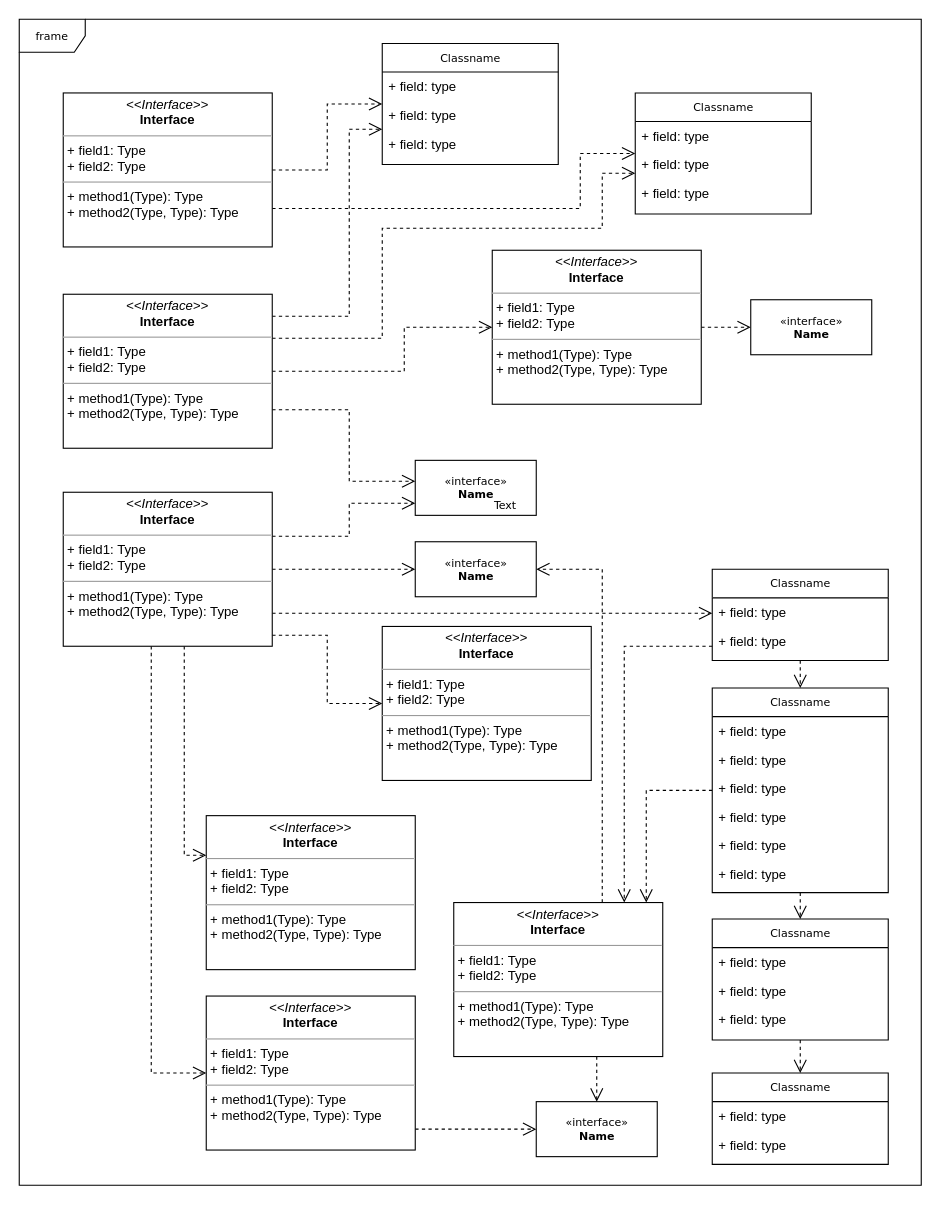
Before: myDiary.drawio in ynozar/myDiary, a draw.io diagram. Source tidied: cells renumbered, new cells numbered last; positions are measured from the earlier drawing's top-left corner, leaving out a move shared by most shapes. Both pictures are drawn from the tidied source at 110%, with x=0, y=0 at pixel (19, 19).
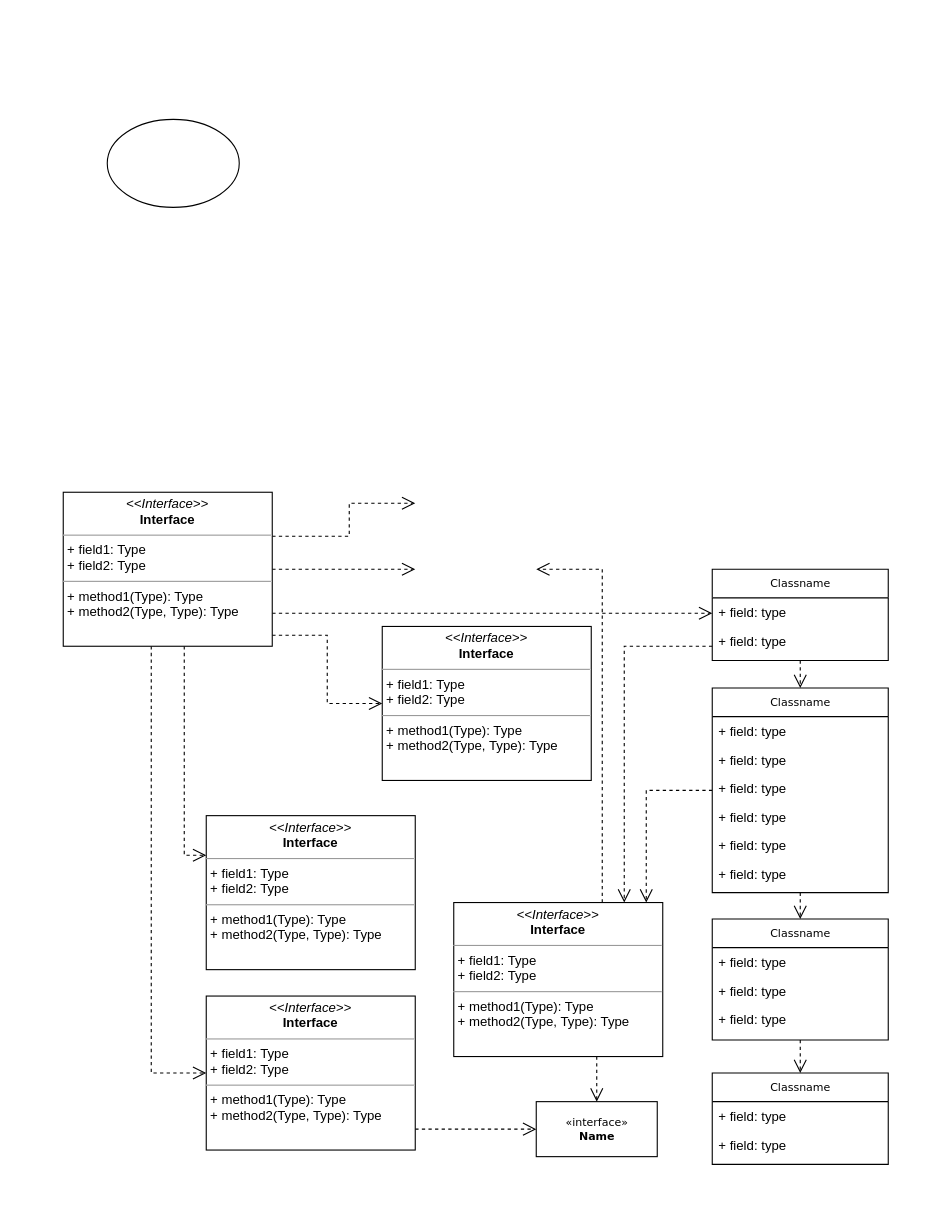
Above is the later version.

The change refers to these unchanged cells:
```xml
<mxCell id="35" value="&lt;p style=&quot;margin:0px;margin-top:4px;text-align:center;&quot;&gt;&lt;i&gt;&amp;lt;&amp;lt;Interface&amp;gt;&amp;gt;&lt;/i&gt;&lt;br/&gt;&lt;b&gt;Interface&lt;/b&gt;&lt;/p&gt;&lt;hr size=&quot;1&quot;/&gt;&lt;p style=&quot;margin:0px;margin-left:4px;&quot;&gt;+ field1: Type&lt;br/&gt;+ field2: Type&lt;/p&gt;&lt;hr size=&quot;1&quot;/&gt;&lt;p style=&quot;margin:0px;margin-left:4px;&quot;&gt;+ method1(Type): Type&lt;br/&gt;+ method2(Type, Type): Type&lt;/p&gt;" style="verticalAlign=top;align=left;overflow=fill;fontSize=12;fontFamily=Helvetica;html=1;rounded=0;shadow=0;comic=0;labelBackgroundColor=none;strokeWidth=1;" parent="1" vertex="1">
  <mxGeometry x="395" y="803" width="190" height="140" as="geometry" />
</mxCell>
<mxCell id="60" value="&lt;p style=&quot;margin:0px;margin-top:4px;text-align:center;&quot;&gt;&lt;i&gt;&amp;lt;&amp;lt;Interface&amp;gt;&amp;gt;&lt;/i&gt;&lt;br/&gt;&lt;b&gt;Interface&lt;/b&gt;&lt;/p&gt;&lt;hr size=&quot;1&quot;/&gt;&lt;p style=&quot;margin:0px;margin-left:4px;&quot;&gt;+ field1: Type&lt;br/&gt;+ field2: Type&lt;/p&gt;&lt;hr size=&quot;1&quot;/&gt;&lt;p style=&quot;margin:0px;margin-left:4px;&quot;&gt;+ method1(Type): Type&lt;br/&gt;+ method2(Type, Type): Type&lt;/p&gt;" style="verticalAlign=top;align=left;overflow=fill;fontSize=12;fontFamily=Helvetica;html=1;rounded=0;shadow=0;comic=0;labelBackgroundColor=none;strokeWidth=1;" parent="1" vertex="1">
  <mxGeometry x="40" y="430" width="190" height="140" as="geometry" />
</mxCell>
```

What changed in the source:
```diff
@@
-    <mxCell id="2" value="frame" style="shape=umlFrame;whiteSpace=wrap;html=1;rounded=0;shadow=0;comic=0;labelBackgroundColor=none;strokeWidth=1;fontFamily=Verdana;fontSize=10;align=center;" parent="1" vertex="1">
-      <mxGeometry width="820" height="1060" as="geometry" />
-    </mxCell>
@@
-    <mxCell id="12" value="Classname" style="swimlane;html=1;fontStyle=0;horizontal=1;startSize=26;fillColor=none;swimlaneFillColor=#ffffff;rounded=0;shadow=0;comic=0;labelBackgroundColor=none;strokeWidth=1;fontFamily=Verdana;fontSize=10;align=center;" parent="1" vertex="1">
-      <mxGeometry x="330" y="22" width="160" height="110" as="geometry" />
-    </mxCell>
-    <mxCell id="13" value="+ field: type" style="text;html=1;strokeColor=none;fillColor=none;align=left;verticalAlign=top;spacingLeft=4;spacingRight=4;whiteSpace=wrap;overflow=hidden;" parent="12" vertex="1">
-      <mxGeometry y="26" width="160" height="26" as="geometry" />
-    </mxCell>
-    <mxCell id="14" value="+ field: type" style="text;html=1;strokeColor=none;fillColor=none;align=left;verticalAlign=top;spacingLeft=4;spacingRight=4;whiteSpace=wrap;overflow=hidden;" parent="12" vertex="1">
-      <mxGeometry y="52" width="160" height="26" as="geometry" />
-    </mxCell>
-    <mxCell id="15" value="+ field: type" style="text;html=1;strokeColor=none;fillColor=none;align=left;verticalAlign=top;spacingLeft=4;spacingRight=4;whiteSpace=wrap;overflow=hidden;" parent="12" vertex="1">
-      <mxGeometry y="78" width="160" height="26" as="geometry" />
-    </mxCell>
-    <mxCell id="16" value="Classname" style="swimlane;html=1;fontStyle=0;horizontal=1;startSize=26;fillColor=none;swimlaneFillColor=#ffffff;rounded=0;shadow=0;comic=0;labelBackgroundColor=none;strokeWidth=1;fontFamily=Verdana;fontSize=10;align=center;" parent="1" vertex="1">
-      <mxGeometry x="560" y="67" width="160" height="110" as="geometry" />
-    </mxCell>
-    <mxCell id="17" value="+ field: type" style="text;html=1;strokeColor=none;fillColor=none;align=left;verticalAlign=top;spacingLeft=4;spacingRight=4;whiteSpace=wrap;overflow=hidden;" parent="16" vertex="1">
-      <mxGeometry y="26" width="160" height="26" as="geometry" />
-    </mxCell>
-    <mxCell id="18" value="+ field: type" style="text;html=1;strokeColor=none;fillColor=none;align=left;verticalAlign=top;spacingLeft=4;spacingRight=4;whiteSpace=wrap;overflow=hidden;" parent="16" vertex="1">
-      <mxGeometry y="52" width="160" height="26" as="geometry" />
-    </mxCell>
-    <mxCell id="19" value="+ field: type" style="text;html=1;strokeColor=none;fillColor=none;align=left;verticalAlign=top;spacingLeft=4;spacingRight=4;whiteSpace=wrap;overflow=hidden;" parent="16" vertex="1">
-      <mxGeometry y="78" width="160" height="26" as="geometry" />
-    </mxCell>
@@
-    <mxCell id="34" style="edgeStyle=orthogonalEdgeStyle;rounded=0;html=1;dashed=1;labelBackgroundColor=none;startFill=0;endArrow=open;endFill=0;endSize=10;fontFamily=Verdana;fontSize=10;" parent="1" edge="1" source="35" target="40">
+    <mxCell id="34" style="edgeStyle=orthogonalEdgeStyle;rounded=0;html=1;dashed=1;labelBackgroundColor=none;startFill=0;endArrow=open;endFill=0;endSize=10;fontFamily=Verdana;fontSize=10;" parent="1" edge="1" source="35">
       <mxGeometry relative="1" as="geometry">
+        <mxPoint x="470" y="500" as="targetPoint" />
         <Array as="points">
           <mxPoint x="530" y="500" />
         </Array>
       </mxGeometry>
     </mxCell>
@@
-    <mxCell id="40" value="&amp;laquo;interface&amp;raquo;&lt;br&gt;&lt;b&gt;Name&lt;/b&gt;" style="html=1;rounded=0;shadow=0;comic=0;labelBackgroundColor=none;strokeWidth=1;fontFamily=Verdana;fontSize=10;align=center;" parent="1" vertex="1">
-      <mxGeometry x="360" y="475" width="110" height="50" as="geometry" />
-    </mxCell>
-    <mxCell id="41" value="&amp;laquo;interface&amp;raquo;&lt;br&gt;&lt;b&gt;Name&lt;/b&gt;" style="html=1;rounded=0;shadow=0;comic=0;labelBackgroundColor=none;strokeWidth=1;fontFamily=Verdana;fontSize=10;align=center;" parent="1" vertex="1">
-      <mxGeometry x="360" y="401" width="110" height="50" as="geometry" />
-    </mxCell>
-    <mxCell id="42" style="edgeStyle=orthogonalEdgeStyle;rounded=0;html=1;dashed=1;labelBackgroundColor=none;startFill=0;endArrow=open;endFill=0;endSize=10;fontFamily=Verdana;fontSize=10;" parent="1" edge="1" source="43" target="45">
-      <mxGeometry relative="1" as="geometry" />
-    </mxCell>
-    <mxCell id="43" value="&lt;p style=&quot;margin:0px;margin-top:4px;text-align:center;&quot;&gt;&lt;i&gt;&amp;lt;&amp;lt;Interface&amp;gt;&amp;gt;&lt;/i&gt;&lt;br/&gt;&lt;b&gt;Interface&lt;/b&gt;&lt;/p&gt;&lt;hr size=&quot;1&quot;/&gt;&lt;p style=&quot;margin:0px;margin-left:4px;&quot;&gt;+ field1: Type&lt;br/&gt;+ field2: Type&lt;/p&gt;&lt;hr size=&quot;1&quot;/&gt;&lt;p style=&quot;margin:0px;margin-left:4px;&quot;&gt;+ method1(Type): Type&lt;br/&gt;+ method2(Type, Type): Type&lt;/p&gt;" style="verticalAlign=top;align=left;overflow=fill;fontSize=12;fontFamily=Helvetica;html=1;rounded=0;shadow=0;comic=0;labelBackgroundColor=none;strokeWidth=1;" parent="1" vertex="1">
-      <mxGeometry x="430" y="210" width="190" height="140" as="geometry" />
-    </mxCell>
-    <mxCell id="44" value="Text" style="text;html=1;align=left;verticalAlign=top;spacingTop=-4;fontSize=10;fontFamily=Verdana;fontColor=#000000;" parent="1" vertex="1">
-      <mxGeometry x="430" y="434" width="40" height="10" as="geometry" />
-    </mxCell>
-    <mxCell id="45" value="&amp;laquo;interface&amp;raquo;&lt;br&gt;&lt;b&gt;Name&lt;/b&gt;" style="html=1;rounded=0;shadow=0;comic=0;labelBackgroundColor=none;strokeWidth=1;fontFamily=Verdana;fontSize=10;align=center;" parent="1" vertex="1">
-      <mxGeometry x="665" y="255" width="110" height="50" as="geometry" />
-    </mxCell>
-    <mxCell id="46" style="edgeStyle=orthogonalEdgeStyle;rounded=0;html=1;labelBackgroundColor=none;startFill=0;endArrow=open;endFill=0;endSize=10;fontFamily=Verdana;fontSize=10;dashed=1;" parent="1" edge="1" source="48" target="12">
-      <mxGeometry relative="1" as="geometry" />
-    </mxCell>
-    <mxCell id="47" style="edgeStyle=orthogonalEdgeStyle;rounded=0;html=1;exitX=1;exitY=0.75;dashed=1;labelBackgroundColor=none;startFill=0;endArrow=open;endFill=0;endSize=10;fontFamily=Verdana;fontSize=10;" parent="1" edge="1" source="48" target="16">
-      <mxGeometry relative="1" as="geometry">
-        <Array as="points">
-          <mxPoint x="510" y="172" />
-          <mxPoint x="510" y="122" />
-        </Array>
-      </mxGeometry>
-    </mxCell>
-    <mxCell id="48" value="&lt;p style=&quot;margin:0px;margin-top:4px;text-align:center;&quot;&gt;&lt;i&gt;&amp;lt;&amp;lt;Interface&amp;gt;&amp;gt;&lt;/i&gt;&lt;br/&gt;&lt;b&gt;Interface&lt;/b&gt;&lt;/p&gt;&lt;hr size=&quot;1&quot;/&gt;&lt;p style=&quot;margin:0px;margin-left:4px;&quot;&gt;+ field1: Type&lt;br/&gt;+ field2: Type&lt;/p&gt;&lt;hr size=&quot;1&quot;/&gt;&lt;p style=&quot;margin:0px;margin-left:4px;&quot;&gt;+ method1(Type): Type&lt;br/&gt;+ method2(Type, Type): Type&lt;/p&gt;" style="verticalAlign=top;align=left;overflow=fill;fontSize=12;fontFamily=Helvetica;html=1;rounded=0;shadow=0;comic=0;labelBackgroundColor=none;strokeWidth=1;" parent="1" vertex="1">
-      <mxGeometry x="40" y="67" width="190" height="140" as="geometry" />
-    </mxCell>
-    <mxCell id="49" style="edgeStyle=orthogonalEdgeStyle;rounded=0;html=1;dashed=1;labelBackgroundColor=none;startFill=0;endArrow=open;endFill=0;endSize=10;fontFamily=Verdana;fontSize=10;" parent="1" edge="1" source="53" target="12">
-      <mxGeometry relative="1" as="geometry">
-        <Array as="points">
-          <mxPoint x="300" y="270" />
-          <mxPoint x="300" y="100" />
-        </Array>
-      </mxGeometry>
-    </mxCell>
-    <mxCell id="50" style="edgeStyle=orthogonalEdgeStyle;rounded=0;html=1;dashed=1;labelBackgroundColor=none;startFill=0;endArrow=open;endFill=0;endSize=10;fontFamily=Verdana;fontSize=10;" parent="1" edge="1" source="53" target="16">
-      <mxGeometry relative="1" as="geometry">
-        <Array as="points">
-          <mxPoint x="330" y="290" />
-          <mxPoint x="330" y="190" />
-          <mxPoint x="530" y="190" />
-          <mxPoint x="530" y="140" />
-        </Array>
-      </mxGeometry>
-    </mxCell>
-    <mxCell id="51" style="edgeStyle=orthogonalEdgeStyle;rounded=0;html=1;dashed=1;labelBackgroundColor=none;startFill=0;endArrow=open;endFill=0;endSize=10;fontFamily=Verdana;fontSize=10;" parent="1" edge="1" source="53" target="43">
-      <mxGeometry relative="1" as="geometry">
-        <Array as="points">
-          <mxPoint x="350" y="320" />
-          <mxPoint x="350" y="280" />
-        </Array>
-      </mxGeometry>
-    </mxCell>
-    <mxCell id="52" style="edgeStyle=orthogonalEdgeStyle;rounded=0;html=1;exitX=1;exitY=0.75;dashed=1;labelBackgroundColor=none;startFill=0;endArrow=open;endFill=0;endSize=10;fontFamily=Verdana;fontSize=10;" parent="1" edge="1" source="53" target="41">
-      <mxGeometry relative="1" as="geometry">
-        <Array as="points">
-          <mxPoint x="300" y="355" />
-          <mxPoint x="300" y="420" />
-        </Array>
-      </mxGeometry>
-    </mxCell>
-    <mxCell id="53" value="&lt;p style=&quot;margin:0px;margin-top:4px;text-align:center;&quot;&gt;&lt;i&gt;&amp;lt;&amp;lt;Interface&amp;gt;&amp;gt;&lt;/i&gt;&lt;br/&gt;&lt;b&gt;Interface&lt;/b&gt;&lt;/p&gt;&lt;hr size=&quot;1&quot;/&gt;&lt;p style=&quot;margin:0px;margin-left:4px;&quot;&gt;+ field1: Type&lt;br/&gt;+ field2: Type&lt;/p&gt;&lt;hr size=&quot;1&quot;/&gt;&lt;p style=&quot;margin:0px;margin-left:4px;&quot;&gt;+ method1(Type): Type&lt;br/&gt;+ method2(Type, Type): Type&lt;/p&gt;" style="verticalAlign=top;align=left;overflow=fill;fontSize=12;fontFamily=Helvetica;html=1;rounded=0;shadow=0;comic=0;labelBackgroundColor=none;strokeWidth=1;" parent="1" vertex="1">
-      <mxGeometry x="40" y="250" width="190" height="140" as="geometry" />
-    </mxCell>
-    <mxCell id="54" style="edgeStyle=orthogonalEdgeStyle;rounded=0;html=1;dashed=1;labelBackgroundColor=none;startFill=0;endArrow=open;endFill=0;endSize=10;fontFamily=Verdana;fontSize=10;" parent="1" edge="1" source="60" target="41">
+    <mxCell id="54" style="edgeStyle=orthogonalEdgeStyle;rounded=0;html=1;dashed=1;labelBackgroundColor=none;startFill=0;endArrow=open;endFill=0;endSize=10;fontFamily=Verdana;fontSize=10;" parent="1" edge="1" source="60">
       <mxGeometry relative="1" as="geometry">
+        <mxPoint x="360" y="440" as="targetPoint" />
         <Array as="points">
           <mxPoint x="300" y="470" />
           <mxPoint x="300" y="440" />
         </Array>
       </mxGeometry>
     </mxCell>
-    <mxCell id="55" style="edgeStyle=orthogonalEdgeStyle;rounded=0;html=1;dashed=1;labelBackgroundColor=none;startFill=0;endArrow=open;endFill=0;endSize=10;fontFamily=Verdana;fontSize=10;" parent="1" edge="1" source="60" target="40">
-      <mxGeometry relative="1" as="geometry" />
+    <mxCell id="55" style="edgeStyle=orthogonalEdgeStyle;rounded=0;html=1;dashed=1;labelBackgroundColor=none;startFill=0;endArrow=open;endFill=0;endSize=10;fontFamily=Verdana;fontSize=10;" parent="1" edge="1" source="60">
+      <mxGeometry relative="1" as="geometry">
+        <mxPoint x="360" y="500" as="targetPoint" />
+      </mxGeometry>
     </mxCell>
@@
+    <mxCell id="62" style="ellipse;whiteSpace=wrap;html=1;" parent="1" vertex="1">
+      <mxGeometry x="80" y="91" width="120" height="80" as="geometry" />
+    </mxCell>
```
